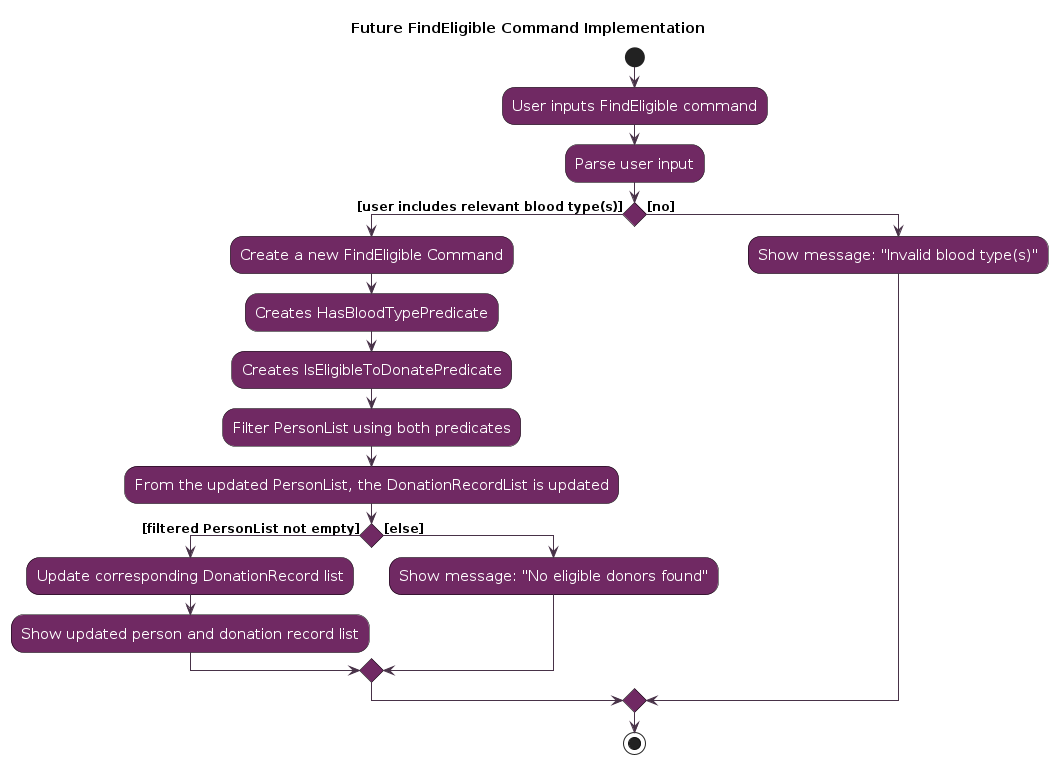
Above: diagrams/FutureUIImplementationForFindEligible.png in AY2526S1-CS2103T-T16-4/tp (PlantUML), before the change. Its source is kept beside it as diagrams/FutureUIImplementationForFindEligible.puml. Its diagram source:
```plantuml
@startuml
title Future FindEligible Command Implementation
!include style.puml
skinparam activity {
    BackgroundColor FUTURE_IMPLEMENTATION_COLOUR
    BorderColor black
    ArrowColor FUTURE_IMPLEMENTATION_COLOUR_T4
    FontColor white
}
skinparam ActivityFontSize 15
skinparam ArrowFontSize 12

start
:User inputs FindEligible command;
:Parse user input;

if ()then ([user includes relevant blood type(s)])
    :Create a new FindEligible Command;
    :Creates HasBloodTypePredicate;
    :Creates IsEligibleToDonatePredicate;
    :Filter PersonList using both predicates;
    :From the updated PersonList, the DonationRecordList is updated;
    if () then([filtered PersonList not empty])
        :Update corresponding DonationRecord list;
        :Show updated person and donation record list;
    else([else])
        :Show message: "No eligible donors found";
    endif
else ([no])
    :Show message: "Invalid blood type(s)";
endif
stop
@enduml
```
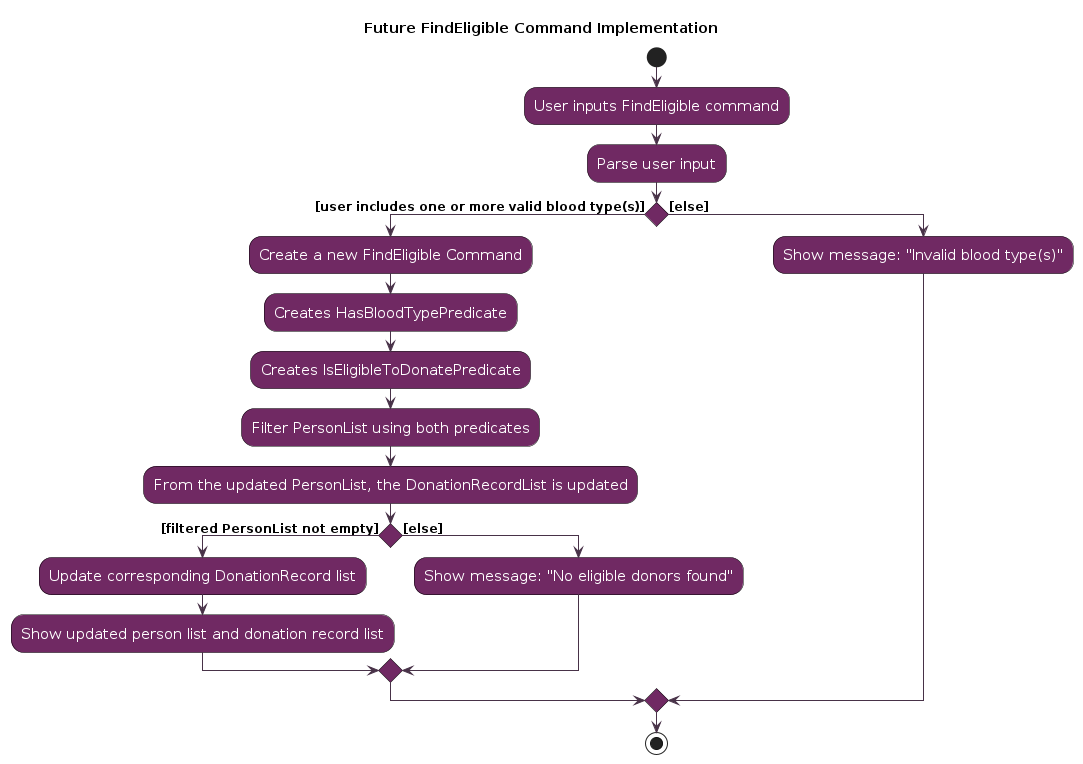
After the change.

What changed in the source:
```diff
@@ -14,7 +14,7 @@
 :User inputs FindEligible command;
 :Parse user input;
 
-if ()then ([user includes relevant blood type(s)])
+if ()then ([user includes one or more valid blood type(s)])
     :Create a new FindEligible Command;
     :Creates HasBloodTypePredicate;
     :Creates IsEligibleToDonatePredicate;
@@ -22,11 +22,11 @@
     :From the updated PersonList, the DonationRecordList is updated;
     if () then([filtered PersonList not empty])
         :Update corresponding DonationRecord list;
-        :Show updated person and donation record list;
+        :Show updated person list and donation record list;
     else([else])
         :Show message: "No eligible donors found";
     endif
-else ([no])
+else ([else])
     :Show message: "Invalid blood type(s)";
 endif
 stop
```
